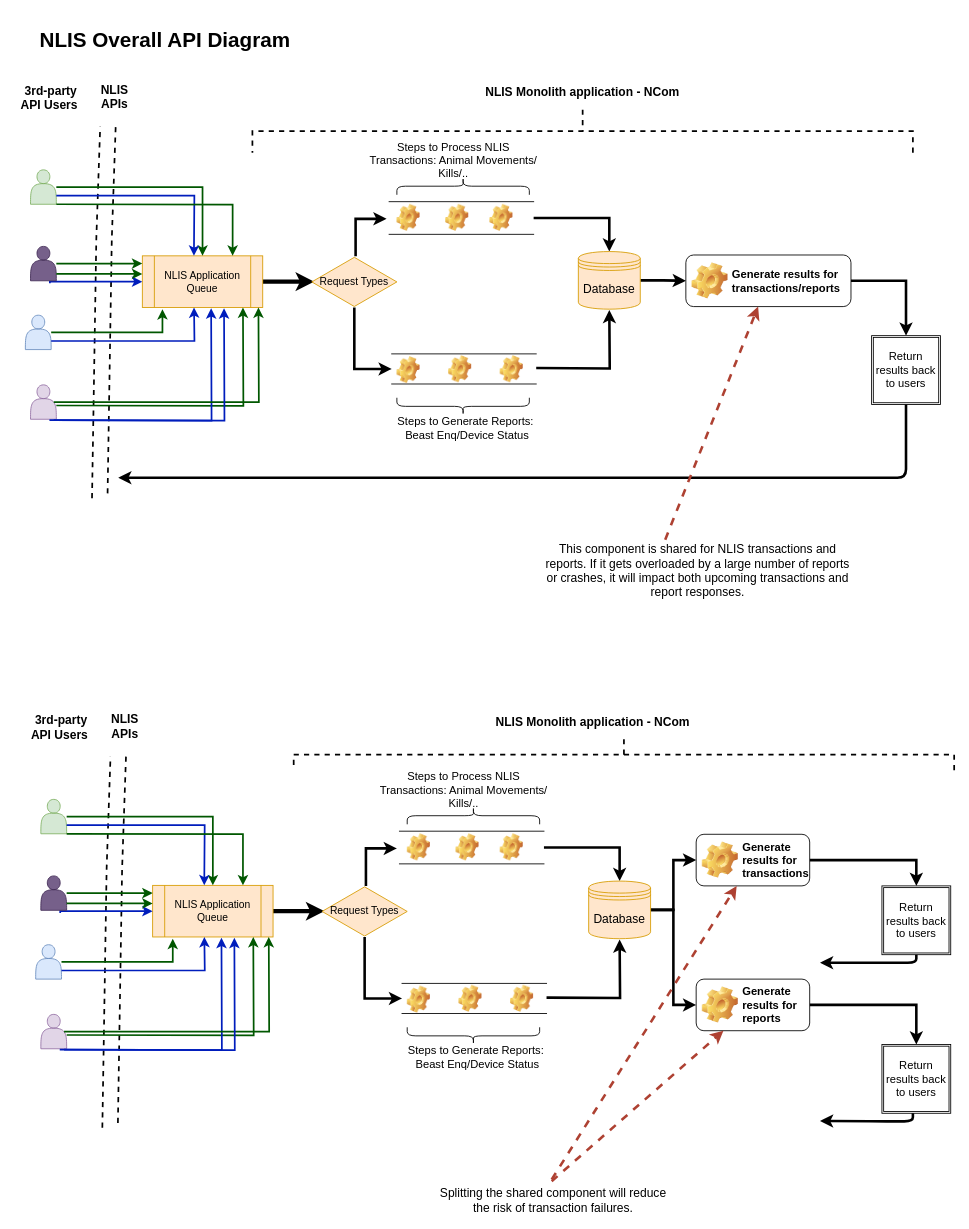
Earlier version of the draw.io diagram Untitled Diagram.drawio (mfahim/presentations). Source tidied: cells renumbered, new cells numbered last; positions are measured from the earlier drawing's top-left corner, leaving out a move shared by most shapes. Both pictures are drawn from the tidied source at 86%, with x=0, y=0 at pixel (15, 23).
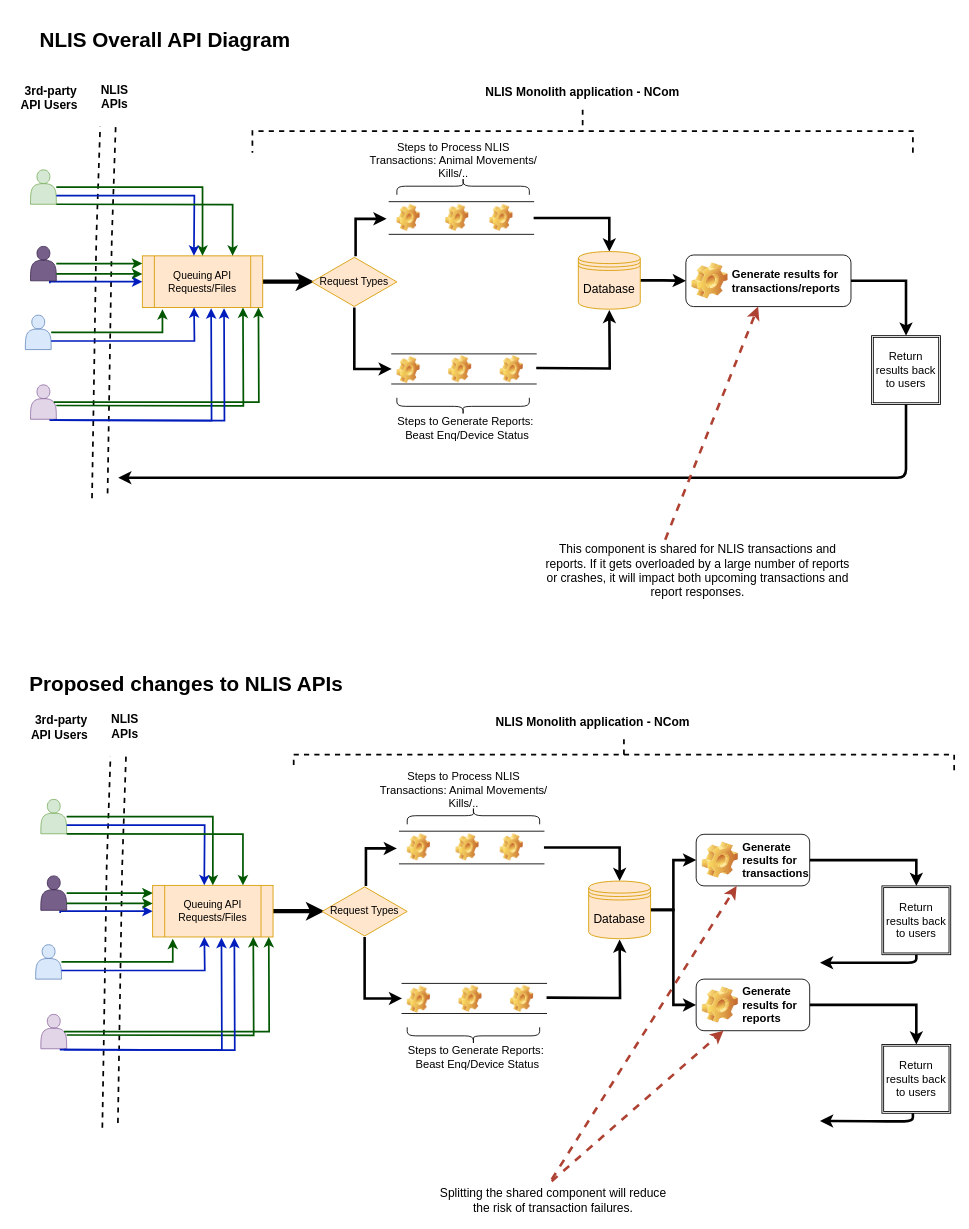
Above is the later version.

The edit, as a diff of the source:
```diff
@@
-    <mxCell id="4" value="NLIS Application &lt;br&gt;Queue" style="shape=process;whiteSpace=wrap;html=1;backgroundOutline=1;fillColor=#ffe6cc;strokeColor=#d79b00;" parent="1" vertex="1">
+    <mxCell id="4" value="Queuing API Requests/Files" style="shape=process;whiteSpace=wrap;html=1;backgroundOutline=1;fillColor=#ffe6cc;strokeColor=#d79b00;" parent="1" vertex="1">
       <mxGeometry x="148" y="270" width="140" height="60" as="geometry" />
     </mxCell>
@@
-    <mxCell id="52" value="NLIS Application &lt;br&gt;Queue" style="shape=process;whiteSpace=wrap;html=1;backgroundOutline=1;fillColor=#ffe6cc;strokeColor=#d79b00;" parent="1" vertex="1">
+    <mxCell id="52" value="Queuing API Requests/Files" style="shape=process;whiteSpace=wrap;html=1;backgroundOutline=1;fillColor=#ffe6cc;strokeColor=#d79b00;" parent="1" vertex="1">
       <mxGeometry x="160" y="1002" width="140" height="60" as="geometry" />
     </mxCell>
@@
+    <mxCell id="105" value="&lt;h1&gt;Proposed changes to NLIS APIs&lt;/h1&gt;" style="text;html=1;strokeColor=none;fillColor=none;spacing=5;spacingTop=-20;whiteSpace=wrap;overflow=hidden;rounded=0;" parent="1" vertex="1">
+      <mxGeometry x="12" y="749" width="384" height="48" as="geometry" />
+    </mxCell>
```
